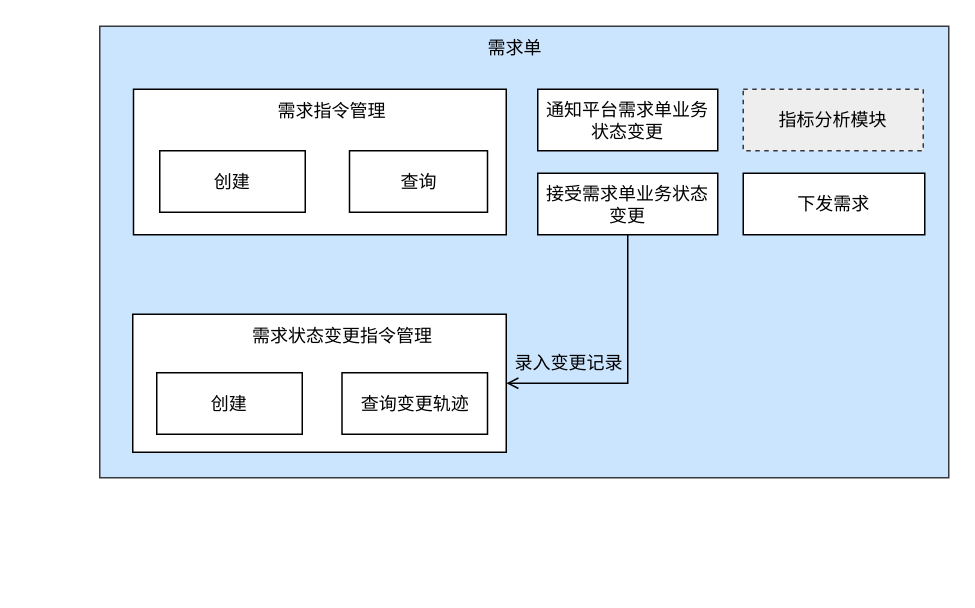
Earlier version of the draw.io diagram page "Copy of Copy of Page-28" (31 of 36) of docs/自营重构.drawio (lokiworks/codebase). Source tidied: cells renumbered, new cells numbered last; positions are measured from the earlier drawing's top-left corner, leaving out a move shared by most shapes. Both pictures are drawn from the tidied source at 150%, with x=0, y=0 at pixel (99, 26).
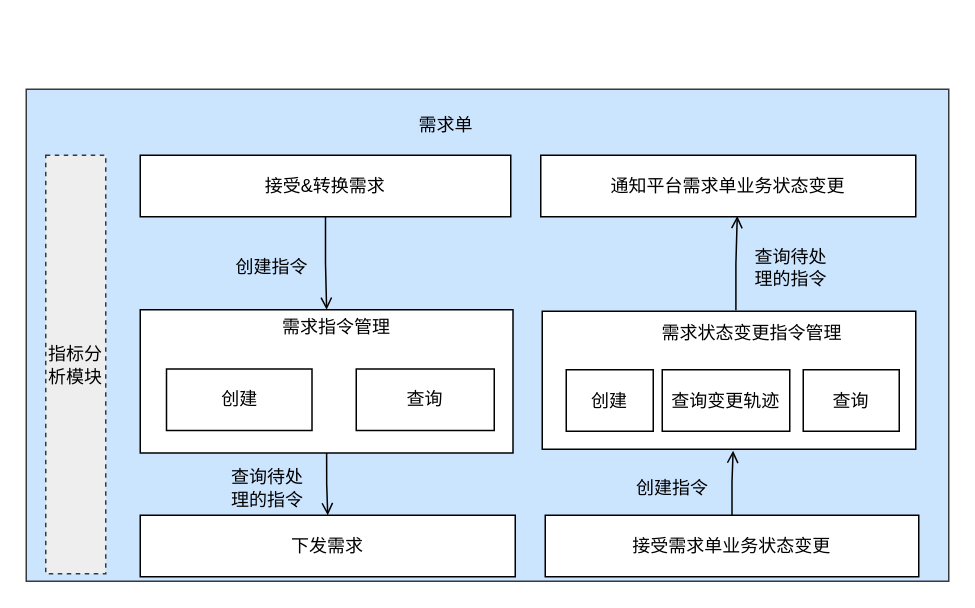
After the change.

The edit, as a diff of the source:
```diff
@@
     <mxCell id="2" style="rounded=0;whiteSpace=wrap;html=1;fillColor=#cce5ff;strokeColor=#36393d;" parent="1" vertex="1">
-      <mxGeometry width="566" height="301" as="geometry" />
+      <mxGeometry x="-49" y="42" width="615" height="328" as="geometry" />
     </mxCell>
+    <mxCell id="18" style="edgeStyle=orthogonalEdgeStyle;rounded=0;jettySize=auto;html=1;exitX=0.5;exitY=1;exitDx=0;exitDy=0;fontColor=#000000;startArrow=none;startFill=0;endArrow=open;endFill=0;strokeColor=#000000;" parent="1" edge="1" source="3" target="17">
+      <mxGeometry relative="1" as="geometry" />
+    </mxCell>
     <mxCell id="3" style="rounded=0;whiteSpace=wrap;html=1;" parent="1" vertex="1">
-      <mxGeometry x="22.5" y="42" width="248.5" height="97" as="geometry" />
+      <mxGeometry x="27" y="189" width="248.5" height="95.5" as="geometry" />
     </mxCell>
     <mxCell id="4" value="查询" style="rounded=0;whiteSpace=wrap;html=1;" parent="1" vertex="1">
-      <mxGeometry x="166.5" y="83" width="92" height="41" as="geometry" />
+      <mxGeometry x="171" y="228.5" width="92" height="41" as="geometry" />
     </mxCell>
     <mxCell id="5" value="创建" style="rounded=0;whiteSpace=wrap;html=1;" parent="1" vertex="1">
-      <mxGeometry x="40" y="83" width="97" height="41" as="geometry" />
+      <mxGeometry x="44.5" y="228.5" width="97" height="41" as="geometry" />
     </mxCell>
     <mxCell id="6" value="需求单" style="text;html=1;align=center;verticalAlign=middle;whiteSpace=wrap;rounded=0;" parent="1" vertex="1">
-      <mxGeometry x="247" width="60" height="30" as="geometry" />
+      <mxGeometry x="201" y="51" width="60" height="30" as="geometry" />
     </mxCell>
     <mxCell id="7" style="rounded=0;whiteSpace=wrap;html=1;" parent="1" vertex="1">
-      <mxGeometry x="22" y="192" width="249" height="92" as="geometry" />
+      <mxGeometry x="295" y="190" width="249" height="92" as="geometry" />
     </mxCell>
-    <mxCell id="8" style="edgeStyle=orthogonalEdgeStyle;rounded=0;jettySize=auto;html=1;exitX=0.5;exitY=1;exitDx=0;exitDy=0;entryX=1;entryY=0.5;entryDx=0;entryDy=0;fontColor=#000000;startArrow=none;startFill=0;endArrow=open;endFill=0;strokeColor=#000000;" parent="1" edge="1" source="10" target="7">
+    <mxCell id="8" style="edgeStyle=orthogonalEdgeStyle;rounded=0;jettySize=auto;html=1;exitX=0.5;exitY=0;exitDx=0;exitDy=0;fontColor=#000000;startArrow=none;startFill=0;endArrow=open;endFill=0;strokeColor=#000000;entryX=0.511;entryY=1.011;entryDx=0;entryDy=0;entryPerimeter=0;" parent="1" edge="1" source="10" target="7">
       <mxGeometry relative="1" as="geometry" />
     </mxCell>
-    <mxCell id="9" value="录入变更记录" style="text;html=1;strokeColor=none;fillColor=none;align=center;verticalAlign=middle;whiteSpace=wrap;rounded=0;fontColor=#000000;" parent="1" vertex="1">
-      <mxGeometry x="276" y="210" width="74" height="30" as="geometry" />
-    </mxCell>
     <mxCell id="10" value="接受需求单业务状态变更" style="rounded=0;whiteSpace=wrap;html=1;" parent="1" vertex="1">
-      <mxGeometry x="292" y="98" width="120" height="41" as="geometry" />
+      <mxGeometry x="297" y="326" width="249" height="41" as="geometry" />
     </mxCell>
+    <mxCell id="19" style="edgeStyle=orthogonalEdgeStyle;rounded=0;jettySize=auto;html=1;exitX=0.421;exitY=-0.02;exitDx=0;exitDy=0;entryX=0.524;entryY=0.988;entryDx=0;entryDy=0;entryPerimeter=0;fontColor=#000000;startArrow=none;startFill=0;endArrow=open;endFill=0;strokeColor=#000000;exitPerimeter=0;" parent="1" edge="1" source="11" target="13">
+      <mxGeometry relative="1" as="geometry" />
+    </mxCell>
     <mxCell id="11" value="需求状态变更指令管理" style="text;html=1;strokeColor=none;fillColor=none;align=center;verticalAlign=middle;whiteSpace=wrap;rounded=0;fontColor=#000000;" parent="1" vertex="1">
-      <mxGeometry x="93" y="192" width="138" height="30" as="geometry" />
+      <mxGeometry x="366" y="190" width="138" height="30" as="geometry" />
     </mxCell>
     <mxCell id="12" value="指标分析模块" style="rounded=0;whiteSpace=wrap;html=1;fillColor=#eeeeee;strokeColor=#36393d;dashed=1;" parent="1" vertex="1">
-      <mxGeometry x="429" y="42" width="120" height="41" as="geometry" />
+      <mxGeometry x="-36" y="86" width="40" height="279" as="geometry" />
     </mxCell>
     <mxCell id="13" value="通知平台需求单业务状态变更" style="rounded=0;whiteSpace=wrap;html=1;" parent="1" vertex="1">
-      <mxGeometry x="292" y="42" width="120" height="41" as="geometry" />
+      <mxGeometry x="294" y="86" width="250" height="41" as="geometry" />
     </mxCell>
     <mxCell id="14" value="需求指令管理" style="text;html=1;strokeColor=none;fillColor=none;align=center;verticalAlign=middle;whiteSpace=wrap;rounded=0;fontColor=#000000;" parent="1" vertex="1">
-      <mxGeometry x="108" y="42" width="94" height="30" as="geometry" />
+      <mxGeometry x="111" y="186" width="94" height="30" as="geometry" />
     </mxCell>
     <mxCell id="15" value="创建" style="rounded=0;whiteSpace=wrap;html=1;" parent="1" vertex="1">
-      <mxGeometry x="38" y="231" width="97" height="41" as="geometry" />
+      <mxGeometry x="311" y="229" width="58" height="41" as="geometry" />
     </mxCell>
     <mxCell id="16" value="查询变更轨迹" style="rounded=0;whiteSpace=wrap;html=1;" parent="1" vertex="1">
-      <mxGeometry x="161.5" y="231" width="97" height="41" as="geometry" />
+      <mxGeometry x="375" y="229" width="85" height="41" as="geometry" />
     </mxCell>
     <mxCell id="17" value="下发需求" style="rounded=0;whiteSpace=wrap;html=1;" parent="1" vertex="1">
-      <mxGeometry x="429" y="98" width="121" height="41" as="geometry" />
+      <mxGeometry x="27" y="326" width="250" height="41" as="geometry" />
     </mxCell>
+    <mxCell id="20" style="edgeStyle=orthogonalEdgeStyle;rounded=0;jettySize=auto;html=1;entryX=0.5;entryY=0;entryDx=0;entryDy=0;fontColor=#000000;startArrow=none;startFill=0;endArrow=open;endFill=0;strokeColor=#000000;" parent="1" edge="1" source="21" target="3">
+      <mxGeometry relative="1" as="geometry" />
+    </mxCell>
+    <mxCell id="21" value="接受&amp;amp;转换需求" style="rounded=0;whiteSpace=wrap;html=1;" parent="1" vertex="1">
+      <mxGeometry x="27" y="86" width="247" height="41" as="geometry" />
+    </mxCell>
+    <mxCell id="22" value="创建指令" style="text;html=1;strokeColor=none;fillColor=none;align=center;verticalAlign=middle;whiteSpace=wrap;rounded=0;dashed=1;fontColor=#000000;" parent="1" vertex="1">
+      <mxGeometry x="85" y="146" width="60" height="30" as="geometry" />
+    </mxCell>
+    <mxCell id="23" value="查询待处理的指令" style="text;html=1;strokeColor=none;fillColor=none;align=center;verticalAlign=middle;whiteSpace=wrap;rounded=0;dashed=1;fontColor=#000000;" parent="1" vertex="1">
+      <mxGeometry x="81.5" y="293" width="60" height="30" as="geometry" />
+    </mxCell>
+    <mxCell id="24" value="查询待处理的指令" style="text;html=1;strokeColor=none;fillColor=none;align=center;verticalAlign=middle;whiteSpace=wrap;rounded=0;dashed=1;fontColor=#000000;" parent="1" vertex="1">
+      <mxGeometry x="431" y="146" width="60" height="30" as="geometry" />
+    </mxCell>
+    <mxCell id="25" value="查询" style="rounded=0;whiteSpace=wrap;html=1;" parent="1" vertex="1">
+      <mxGeometry x="469" y="229" width="64" height="41" as="geometry" />
+    </mxCell>
+    <mxCell id="26" value="创建指令" style="text;html=1;strokeColor=none;fillColor=none;align=center;verticalAlign=middle;whiteSpace=wrap;rounded=0;dashed=1;fontColor=#000000;" parent="1" vertex="1">
+      <mxGeometry x="352" y="293" width="60" height="30" as="geometry" />
+    </mxCell>
```
